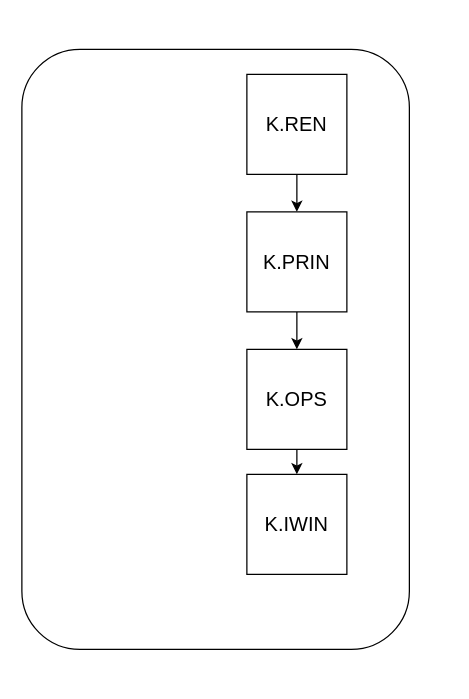
syawal121008/tempmail-wal keeps this draw.io diagram as Diagram Tanpa Judul.drawio. Above is the earlier version. Source tidied: cells renumbered, new cells numbered last; positions are measured from the earlier drawing's top-left corner, leaving out a move shared by most shapes. Both pictures are drawn from the tidied source at 125%, with x=0, y=0 at pixel (21, 49).
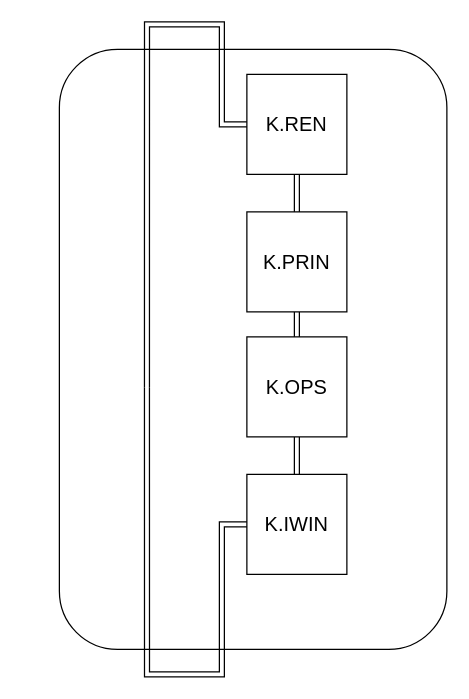
The same diagram, later.

The edit, as a diff of the source:
```diff
@@
 <mxGraphModel>
   <root>
     <mxCell id="0" />
     <mxCell id="1" parent="0" />
     <mxCell id="2" style="rounded=1;whiteSpace=wrap;html=1;" parent="1" vertex="1">
-      <mxGeometry width="310" height="480" as="geometry" />
+      <mxGeometry x="30" width="310" height="480" as="geometry" />
     </mxCell>
-    <mxCell id="3" style="edgeStyle=orthogonalEdgeStyle;rounded=0;jettySize=auto;html=1;" parent="1" edge="1" source="4" target="7">
+    <mxCell id="3" style="edgeStyle=none;shape=link;rounded=0;jettySize=auto;html=1;exitX=0.5;exitY=1;exitDx=0;exitDy=0;entryX=0.5;entryY=0;entryDx=0;entryDy=0;" parent="1" edge="1" source="4" target="7">
       <mxGeometry relative="1" as="geometry" />
     </mxCell>
     <mxCell id="4" value="&lt;font size=&quot;3&quot;&gt;K.REN&lt;/font&gt;" style="whiteSpace=wrap;html=1;" parent="1" vertex="1">
       <mxGeometry x="180" y="20" width="80" height="80" as="geometry" />
     </mxCell>
-    <mxCell id="5" value="&lt;font size=&quot;3&quot;&gt;K.IWIN&lt;/font&gt;" style="whiteSpace=wrap;html=1;" parent="1" vertex="1">
-      <mxGeometry x="180" y="340" width="80" height="80" as="geometry" />
-    </mxCell>
-    <mxCell id="6" style="edgeStyle=orthogonalEdgeStyle;rounded=0;jettySize=auto;html=1;" parent="1" edge="1" source="7" target="9">
+    <mxCell id="6" style="edgeStyle=none;shape=link;rounded=0;jettySize=auto;html=1;exitX=0.5;exitY=1;exitDx=0;exitDy=0;entryX=0.5;entryY=0;entryDx=0;entryDy=0;" parent="1" edge="1" source="7" target="9">
       <mxGeometry relative="1" as="geometry" />
     </mxCell>
     <mxCell id="7" value="&lt;font size=&quot;3&quot;&gt;K.PRIN&lt;/font&gt;" style="whiteSpace=wrap;html=1;" parent="1" vertex="1">
       <mxGeometry x="180" y="130" width="80" height="80" as="geometry" />
     </mxCell>
-    <mxCell id="8" style="edgeStyle=orthogonalEdgeStyle;rounded=0;jettySize=auto;html=1;exitX=0.5;exitY=1;exitDx=0;exitDy=0;entryX=0.5;entryY=0;entryDx=0;entryDy=0;" parent="1" edge="1" source="9" target="5">
+    <mxCell id="8" style="shape=link;rounded=0;jettySize=auto;html=1;exitX=0.5;exitY=1;exitDx=0;exitDy=0;entryX=0.5;entryY=0;entryDx=0;entryDy=0;" parent="1" edge="1" source="9" target="5">
       <mxGeometry relative="1" as="geometry" />
     </mxCell>
     <mxCell id="9" value="&lt;font size=&quot;3&quot;&gt;K.OPS&lt;/font&gt;" style="whiteSpace=wrap;html=1;" parent="1" vertex="1">
-      <mxGeometry x="180" y="240" width="80" height="80" as="geometry" />
+      <mxGeometry x="180" y="230" width="80" height="80" as="geometry" />
     </mxCell>
+    <mxCell id="5" value="&lt;font size=&quot;3&quot;&gt;K.IWIN&lt;/font&gt;" style="whiteSpace=wrap;html=1;" parent="1" vertex="1">
+      <mxGeometry x="180" y="340" width="80" height="80" as="geometry" />
+    </mxCell>
+    <mxCell id="10" style="edgeStyle=orthogonalEdgeStyle;shape=link;rounded=0;jettySize=auto;html=1;exitX=0;exitY=0.5;exitDx=0;exitDy=0;entryX=0.226;entryY=0.563;entryDx=0;entryDy=0;entryPerimeter=0;" parent="1" edge="1" source="4" target="2">
+      <mxGeometry relative="1" as="geometry" />
+    </mxCell>
+    <mxCell id="11" style="edgeStyle=orthogonalEdgeStyle;shape=link;rounded=0;jettySize=auto;html=1;exitX=0;exitY=0.5;exitDx=0;exitDy=0;entryX=0.226;entryY=0.563;entryDx=0;entryDy=0;entryPerimeter=0;" parent="1" edge="1" source="5" target="2">
+      <mxGeometry relative="1" as="geometry" />
+    </mxCell>
   </root>
 </mxGraphModel>
```
